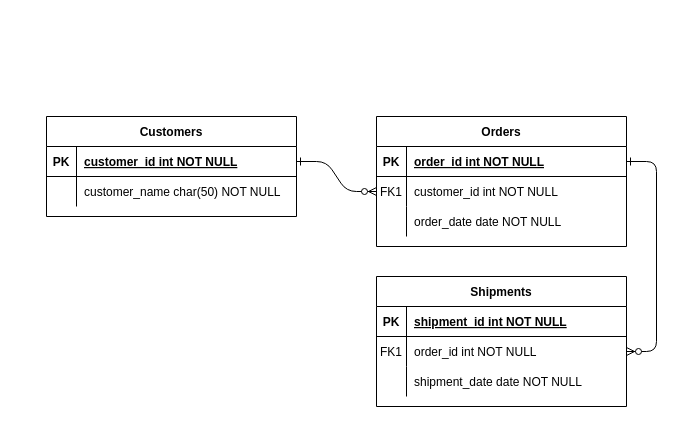
Before: Untitled Diagram.drawio in Codablack23/project-diagrams, a draw.io diagram. Source tidied: cells renumbered, new cells numbered last; positions are measured from the earlier drawing's top-left corner, leaving out a move shared by most shapes. Both pictures are drawn from the tidied source at 100%, with x=0, y=0 at pixel (46, 116).
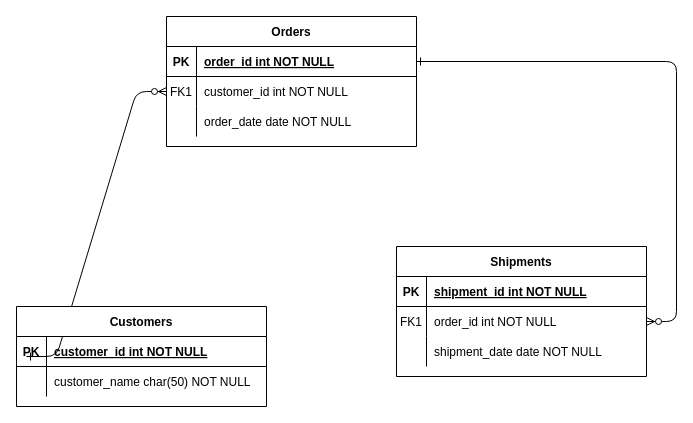
The same page after the edit.

Commit message:
Fast Food Restaurants Models

Unchanged cells that the change refers to:
```xml
<mxCell id="8" style="shape=partialRectangle;fillColor=none;points=[[0,0.5],[1,0.5]];portConstraint=eastwest;top=0;left=0;right=0;bottom=0;" parent="4" vertex="1">
  <mxGeometry y="60" width="250" height="30" as="geometry" />
</mxCell>
<mxCell id="25" style="shape=partialRectangle;fillColor=none;points=[[0,0.5],[1,0.5]];portConstraint=eastwest;top=0;left=0;right=0;bottom=1;" parent="24" vertex="1">
  <mxGeometry y="30" width="250" height="30" as="geometry" />
</mxCell>
```

Diff of the diagram source:
```diff
@@
-    <mxCell id="2" style="edgeStyle=entityRelationEdgeStyle;endArrow=ERzeroToMany;startArrow=ERone;endFill=1;startFill=0;" parent="1" edge="1" source="25" target="8">
-      <mxGeometry relative="1" as="geometry" />
+    <mxCell id="2" style="edgeStyle=entityRelationEdgeStyle;endArrow=ERzeroToMany;startArrow=ERone;endFill=1;startFill=0;" parent="1" edge="1">
+      <mxGeometry relative="1" as="geometry">
+        <mxPoint x="-20" y="240" as="sourcePoint" />
+        <mxPoint x="120" y="-25" as="targetPoint" />
+        <Array as="points">
+          <mxPoint x="-80" y="110" />
+          <mxPoint x="40" y="70" />
+        </Array>
+      </mxGeometry>
     </mxCell>
@@
     <mxCell id="4" value="Orders" style="shape=table;startSize=30;childLayout=tableLayout;rowLines=0;fontStyle=1;align=center;" parent="1" vertex="1">
-      <mxGeometry x="330" width="250" height="130" as="geometry" />
+      <mxGeometry x="120" y="-100" width="250" height="130" as="geometry" />
     </mxCell>
@@
     <mxCell id="14" value="Shipments" style="shape=table;startSize=30;childLayout=tableLayout;rowLines=0;fontStyle=1;align=center;" parent="1" vertex="1">
-      <mxGeometry x="330" y="160" width="250" height="130" as="geometry" />
+      <mxGeometry x="350" y="130" width="250" height="130" as="geometry" />
     </mxCell>
@@
     <mxCell id="24" value="Customers" style="shape=table;startSize=30;childLayout=tableLayout;rowLines=0;fontStyle=1;align=center;" parent="1" vertex="1">
-      <mxGeometry width="250" height="100" as="geometry" />
+      <mxGeometry x="-30" y="190" width="250" height="100" as="geometry" />
     </mxCell>
```
